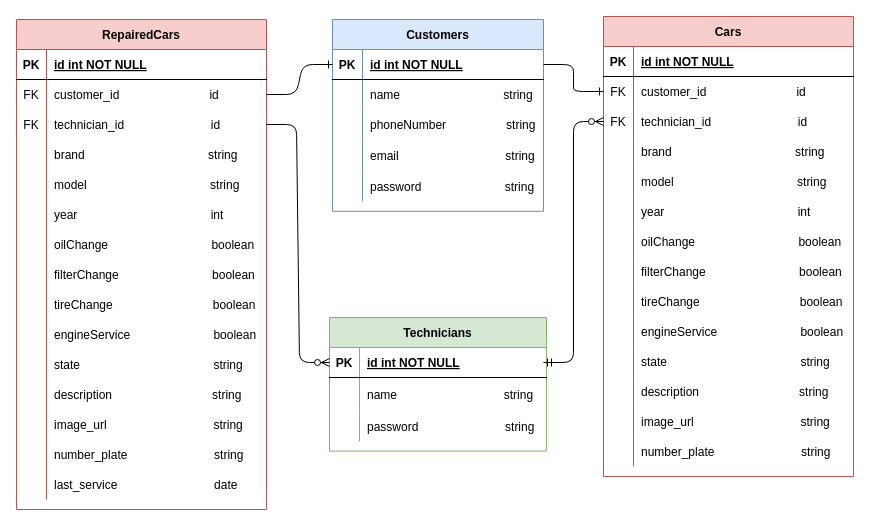
Before: dokumentacia/xsoradj_xlanik_databazovyModel1.drawio in Serginko/xsoradj_xlanik_backend, a draw.io diagram. Source tidied: cells renumbered, new cells numbered last; positions are measured from the earlier drawing's top-left corner, leaving out a move shared by most shapes. Both pictures are drawn from the tidied source at 100%, with x=0, y=0 at pixel (16, 16).
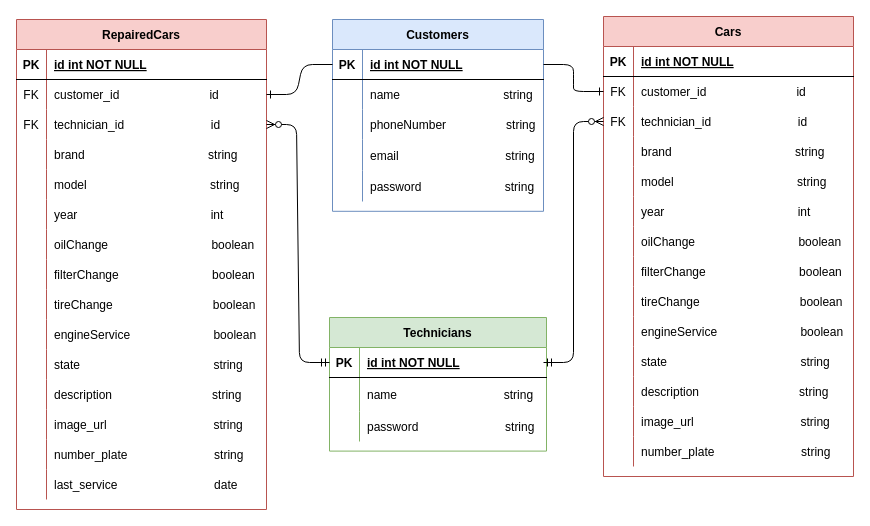
The same page after the edit.

Unchanged cells that the change refers to:
```xml
<mxCell id="3" style="shape=partialRectangle;fillColor=none;points=[[0,0.5],[1,0.5]];portConstraint=eastwest;top=0;left=0;right=0;bottom=1;" parent="2" vertex="1">
  <mxGeometry y="30" width="217" height="30" as="geometry" />
</mxCell>
<mxCell id="56" style="shape=partialRectangle;fillColor=none;points=[[0,0.5],[1,0.5]];portConstraint=eastwest;top=0;left=0;right=0;bottom=1;" parent="55" vertex="1">
  <mxGeometry y="30" width="211" height="30" as="geometry" />
</mxCell>
<mxCell id="77" style="shape=partialRectangle;fillColor=none;points=[[0,0.5],[1,0.5]];portConstraint=eastwest;top=0;left=0;right=0;bottom=0;" parent="73" vertex="1">
  <mxGeometry y="60" width="250" height="30" as="geometry" />
</mxCell>
<mxCell id="80" style="shape=partialRectangle;fillColor=none;points=[[0,0.5],[1,0.5]];portConstraint=eastwest;top=0;left=0;right=0;bottom=0;" parent="73" vertex="1">
  <mxGeometry y="90" width="250" height="30" as="geometry" />
</mxCell>
```

The edit, as a diff of the source:
```diff
@@
-    <mxCell id="119" style="edgeStyle=entityRelationEdgeStyle;fontSize=12;html=1;endArrow=ERone;endFill=1;rounded=1;exitX=1;exitY=0.5;exitDx=0;exitDy=0;entryX=0;entryY=0.5;entryDx=0;entryDy=0;" parent="1" edge="1" source="77" target="56">
+    <mxCell id="119" style="edgeStyle=entityRelationEdgeStyle;fontSize=12;html=1;endArrow=ERone;endFill=1;rounded=1;exitX=0;exitY=0.5;exitDx=0;exitDy=0;entryX=1;entryY=0.5;entryDx=0;entryDy=0;" parent="1" edge="1" source="56" target="77">
       <mxGeometry relative="1" as="geometry" />
     </mxCell>
-    <mxCell id="120" style="edgeStyle=entityRelationEdgeStyle;fontSize=12;html=1;endArrow=ERzeroToMany;endFill=1;rounded=1;exitX=1;exitY=0.5;exitDx=0;exitDy=0;entryX=0;entryY=0.5;entryDx=0;entryDy=0;" parent="1" edge="1" source="80" target="3">
-      <mxGeometry relative="1" as="geometry" />
-    </mxCell>
+    <mxCell id="121" style="edgeStyle=entityRelationEdgeStyle;fontSize=12;html=1;endArrow=ERzeroToMany;startArrow=ERmandOne;rounded=1;shadow=0;entryX=1;entryY=0.5;entryDx=0;entryDy=0;exitX=0;exitY=0.5;exitDx=0;exitDy=0;" parent="1" edge="1" source="3" target="80">
+      <mxGeometry relative="1" as="geometry" />
+    </mxCell>
```
